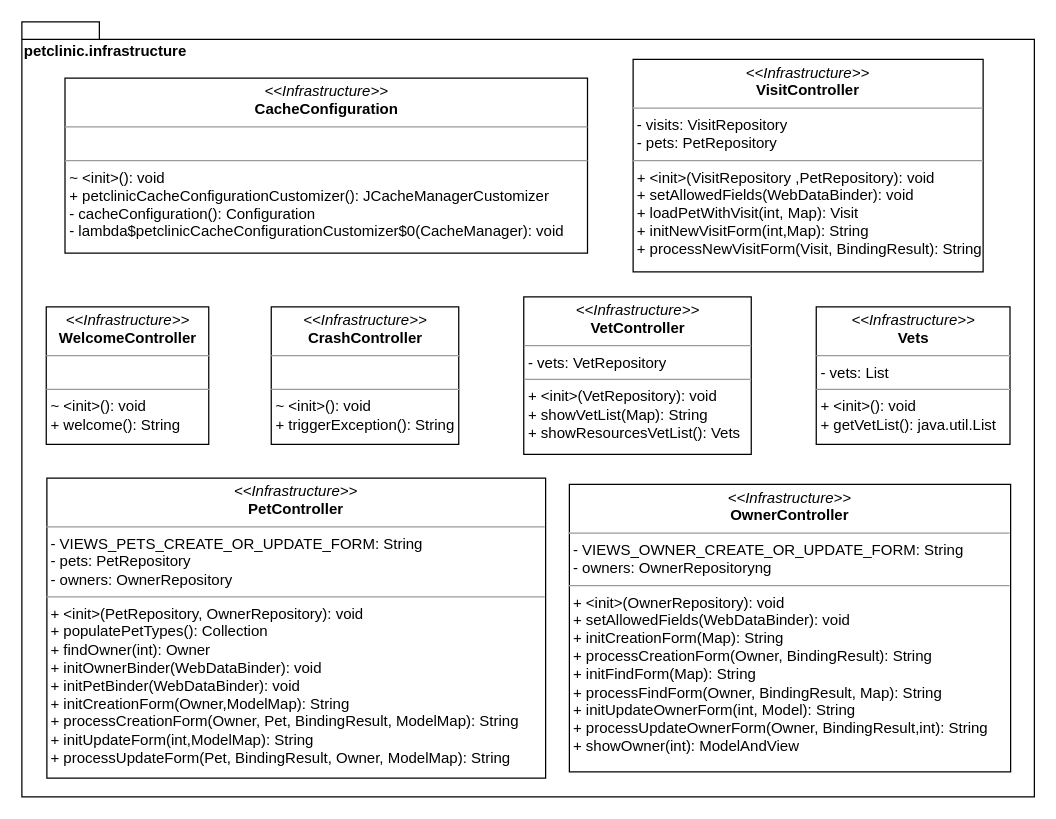
Above: page "new-infrastructure" (4 of 15) of gfx/example/petclinic/raw/uml-petclinic.drawio in DanielKraft/bachelor-thesis (draw.io), before the change. Source tidied: cells renumbered, new cells numbered last; positions are measured from the earlier drawing's top-left corner, leaving out a move shared by most shapes. Both pictures are drawn from the tidied source at 125%, with x=0, y=0 at pixel (21, 21).
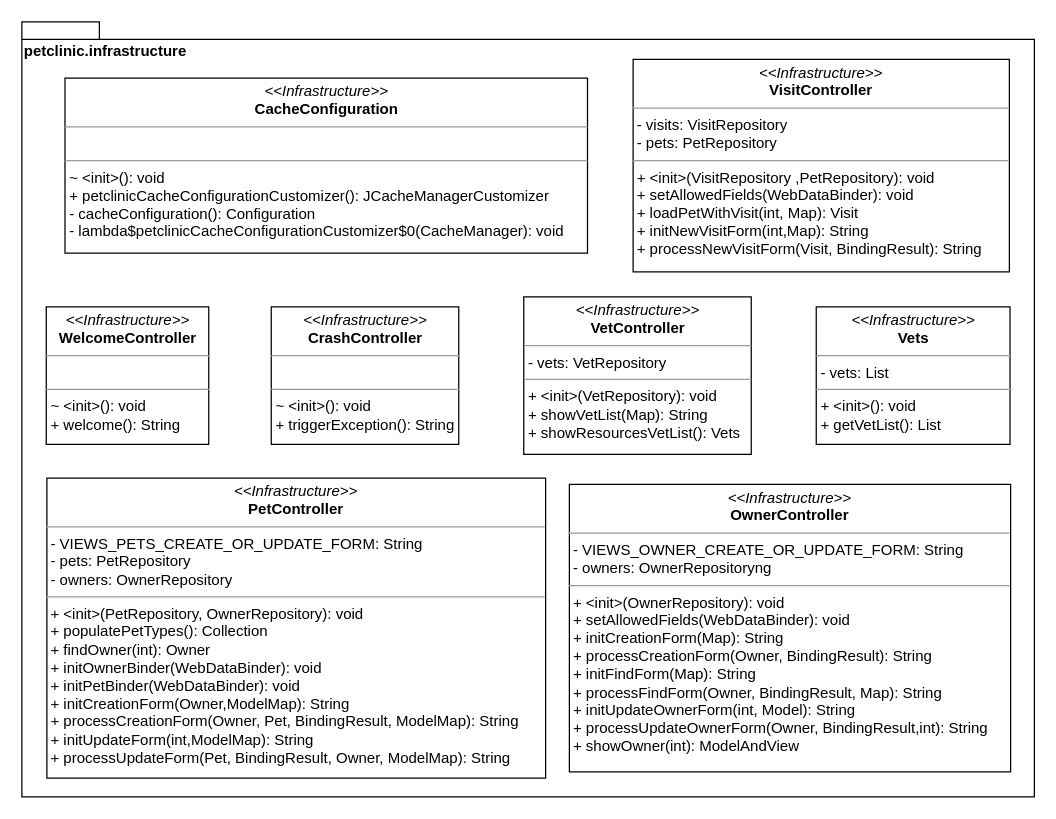
Above is the later version.

Change to the diagram source:
```diff
@@
 <mxGraphModel>
   <root>
     <mxCell id="0" />
     <mxCell id="1" parent="0" />
     <mxCell id="2" value="petclinic.infrastructure" style="shape=folder;fontStyle=1;spacingTop=10;tabWidth=40;tabHeight=14;tabPosition=left;html=1;align=left;horizontal=1;verticalAlign=top;" parent="1" vertex="1">
       <mxGeometry width="810" height="620" as="geometry" />
     </mxCell>
     <mxCell id="3" value="&lt;p style=&quot;margin: 0px ; margin-top: 4px ; text-align: center&quot;&gt;&lt;i&gt;&amp;lt;&amp;lt;Infrastructure&amp;gt;&amp;gt;&lt;/i&gt;&lt;br&gt;&lt;b&gt;CrashController&lt;/b&gt;&lt;/p&gt;&lt;hr size=&quot;1&quot;&gt;&lt;br&gt;&lt;hr size=&quot;1&quot;&gt;&lt;div&gt;&amp;nbsp;~ &amp;lt;init&amp;gt;(): void&lt;/div&gt;&lt;div&gt;&amp;nbsp;+ triggerException(): String&lt;br&gt;&lt;/div&gt;" style="verticalAlign=top;align=left;overflow=fill;fontSize=12;fontFamily=Helvetica;html=1;" parent="1" vertex="1">
       <mxGeometry x="199.5" y="228" width="150" height="110" as="geometry" />
     </mxCell>
     <mxCell id="4" value="&lt;p style=&quot;margin: 0px ; margin-top: 4px ; text-align: center&quot;&gt;&lt;i&gt;&amp;lt;&amp;lt;&lt;/i&gt;&lt;i&gt;&lt;i&gt;Infrastructure&lt;/i&gt;&amp;gt;&amp;gt;&lt;/i&gt;&lt;br&gt;&lt;b&gt;WelcomeController&lt;/b&gt;&lt;/p&gt;&lt;hr size=&quot;1&quot;&gt;&lt;br&gt;&lt;hr size=&quot;1&quot;&gt;&lt;div&gt;&amp;nbsp;~ &amp;lt;init&amp;gt;(): void&lt;/div&gt;&lt;div&gt;&amp;nbsp;+ welcome(): String&lt;/div&gt;" style="verticalAlign=top;align=left;overflow=fill;fontSize=12;fontFamily=Helvetica;html=1;" parent="1" vertex="1">
       <mxGeometry x="19.5" y="228" width="130" height="110" as="geometry" />
     </mxCell>
     <mxCell id="5" value="&lt;p style=&quot;margin: 0px ; margin-top: 4px ; text-align: center&quot;&gt;&lt;i&gt;&amp;lt;&amp;lt;&lt;/i&gt;&lt;i&gt;&lt;i&gt;Infrastructure&lt;/i&gt;&amp;gt;&amp;gt;&lt;/i&gt;&lt;br&gt;&lt;b&gt;CacheConfiguration&lt;/b&gt;&lt;/p&gt;&lt;hr size=&quot;1&quot;&gt;&lt;br&gt;&lt;hr size=&quot;1&quot;&gt;&lt;div&gt;&amp;nbsp;~ &amp;lt;init&amp;gt;(): void&lt;/div&gt;&lt;div&gt;&amp;nbsp;+ petclinicCacheConfigurationCustomizer(): JCacheManagerCustomizer&lt;/div&gt;&lt;div&gt;&amp;nbsp;- cacheConfiguration(): Configuration&lt;/div&gt;&lt;div&gt;&amp;nbsp;- lambda$petclinicCacheConfigurationCustomizer$0(CacheManager): void&lt;/div&gt;" style="verticalAlign=top;align=left;overflow=fill;fontSize=12;fontFamily=Helvetica;html=1;" parent="1" vertex="1">
       <mxGeometry x="34.5" y="45" width="418" height="140" as="geometry" />
     </mxCell>
     <mxCell id="6" value="&lt;p style=&quot;margin: 0px ; margin-top: 4px ; text-align: center&quot;&gt;&lt;i&gt;&amp;lt;&amp;lt;Infrastructure&amp;gt;&amp;gt;&lt;/i&gt;&lt;br&gt;&lt;b&gt;VisitController&lt;/b&gt;&lt;/p&gt;&lt;hr size=&quot;1&quot;&gt;&lt;div&gt;&amp;nbsp;- visits: VisitRepository&lt;/div&gt;&lt;div&gt;&amp;nbsp;- pets: PetRepository&lt;/div&gt;&lt;hr size=&quot;1&quot;&gt;&lt;div&gt;&amp;nbsp;+ &amp;lt;init&amp;gt;(VisitRepository ,PetRepository): void&lt;/div&gt;&lt;div&gt;&amp;nbsp;+ setAllowedFields(WebDataBinder): void&lt;/div&gt;&lt;div&gt;&amp;nbsp;+ loadPetWithVisit(int, Map): Visit&lt;/div&gt;&lt;div&gt;&amp;nbsp;+ initNewVisitForm(int,Map): String&lt;/div&gt;&lt;div&gt;&amp;nbsp;+ processNewVisitForm(Visit, BindingResult): String&lt;/div&gt;" style="verticalAlign=top;align=left;overflow=fill;fontSize=12;fontFamily=Helvetica;html=1;" parent="1" vertex="1">
-      <mxGeometry x="489" y="30" width="280" height="170" as="geometry" />
+      <mxGeometry x="489" y="30" width="301" height="170" as="geometry" />
     </mxCell>
     <mxCell id="7" value="&lt;p style=&quot;margin: 0px ; margin-top: 4px ; text-align: center&quot;&gt;&lt;i&gt;&amp;lt;&amp;lt;Infrastructure&amp;gt;&amp;gt;&lt;/i&gt;&lt;br&gt;&lt;b&gt;OwnerController&lt;/b&gt;&lt;/p&gt;&lt;hr size=&quot;1&quot;&gt;&lt;div&gt;&amp;nbsp;- VIEWS_OWNER_CREATE_OR_UPDATE_FORM: String&lt;/div&gt;&lt;div&gt;&amp;nbsp;- owners: OwnerRepositoryng&lt;/div&gt;&lt;hr size=&quot;1&quot;&gt;&lt;div&gt;&amp;nbsp;+ &amp;lt;init&amp;gt;(OwnerRepository): void&lt;/div&gt;&lt;div&gt;&amp;nbsp;+ setAllowedFields(WebDataBinder): void&lt;/div&gt;&lt;div&gt;&amp;nbsp;+ initCreationForm(Map): String&lt;/div&gt;&lt;div&gt;&amp;nbsp;+ processCreationForm(Owner, BindingResult): String&lt;/div&gt;&lt;div&gt;&amp;nbsp;+ initFindForm(Map): String&lt;/div&gt;&lt;div&gt;&amp;nbsp;+ processFindForm(Owner, BindingResult, Map): String&lt;/div&gt;&lt;div&gt;&amp;nbsp;+ initUpdateOwnerForm(int, Model): String&lt;/div&gt;&lt;div&gt;&amp;nbsp;+ processUpdateOwnerForm(Owner, BindingResult,int): String&lt;/div&gt;&lt;div&gt;&amp;nbsp;+ showOwner(int): ModelAndView&lt;/div&gt;" style="verticalAlign=top;align=left;overflow=fill;fontSize=12;fontFamily=Helvetica;html=1;" parent="1" vertex="1">
       <mxGeometry x="438" y="370" width="353" height="230" as="geometry" />
     </mxCell>
     <mxCell id="8" value="&lt;p style=&quot;margin: 0px ; margin-top: 4px ; text-align: center&quot;&gt;&lt;i&gt;&amp;lt;&amp;lt;Infrastructure&amp;gt;&amp;gt;&lt;/i&gt;&lt;br&gt;&lt;b&gt;PetController&lt;/b&gt;&lt;/p&gt;&lt;hr size=&quot;1&quot;&gt;&lt;div&gt;&amp;nbsp;- VIEWS_PETS_CREATE_OR_UPDATE_FORM: String&lt;/div&gt;&lt;div&gt;&amp;nbsp;- pets: PetRepository&lt;/div&gt;&lt;div&gt;&amp;nbsp;- owners: OwnerRepository&lt;/div&gt;&lt;hr size=&quot;1&quot;&gt;&lt;div&gt;&amp;nbsp;+ &amp;lt;init&amp;gt;(PetRepository, OwnerRepository): void&lt;/div&gt;&lt;div&gt;&amp;nbsp;+ populatePetTypes(): Collection&lt;/div&gt;&lt;div&gt;&amp;nbsp;+ findOwner(int): Owner&lt;/div&gt;&lt;div&gt;&amp;nbsp;+ initOwnerBinder(WebDataBinder): void&lt;/div&gt;&lt;div&gt;&amp;nbsp;+ initPetBinder(WebDataBinder): void&lt;/div&gt;&lt;div&gt;&amp;nbsp;+ initCreationForm(Owner,ModelMap): String&lt;/div&gt;&lt;div&gt;&amp;nbsp;+ processCreationForm(Owner, Pet, BindingResult, ModelMap): String&lt;/div&gt;&lt;div&gt;&amp;nbsp;+ initUpdateForm(int,ModelMap): String&lt;/div&gt;&lt;div&gt;&amp;nbsp;+ processUpdateForm(Pet, BindingResult, Owner, ModelMap): String&lt;/div&gt;" style="verticalAlign=top;align=left;overflow=fill;fontSize=12;fontFamily=Helvetica;html=1;" parent="1" vertex="1">
       <mxGeometry x="20" y="365" width="399" height="240" as="geometry" />
     </mxCell>
     <mxCell id="9" value="&lt;p style=&quot;margin: 0px ; margin-top: 4px ; text-align: center&quot;&gt;&lt;i&gt;&amp;lt;&amp;lt;Infrastructure&amp;gt;&amp;gt;&lt;/i&gt;&lt;br&gt;&lt;b&gt;VetController&lt;/b&gt;&lt;/p&gt;&lt;hr size=&quot;1&quot;&gt;&lt;div&gt;&amp;nbsp;- vets: VetRepository&lt;/div&gt;&lt;hr size=&quot;1&quot;&gt;&lt;div&gt;&amp;nbsp;+ &amp;lt;init&amp;gt;(VetRepository): void&lt;/div&gt;&lt;div&gt;&amp;nbsp;+ showVetList(Map): String&lt;/div&gt;&lt;div&gt;&amp;nbsp;+ showResourcesVetList(): Vets&lt;/div&gt;" style="verticalAlign=top;align=left;overflow=fill;fontSize=12;fontFamily=Helvetica;html=1;" parent="1" vertex="1">
       <mxGeometry x="401.5" y="220" width="182" height="126" as="geometry" />
     </mxCell>
-    <mxCell id="10" value="&lt;p style=&quot;margin: 0px ; margin-top: 4px ; text-align: center&quot;&gt;&lt;i&gt;&amp;lt;&amp;lt;&lt;/i&gt;&lt;i&gt;&lt;i&gt;Infrastructure&lt;/i&gt;&amp;gt;&amp;gt;&lt;/i&gt;&lt;br&gt;&lt;b&gt;Vets&lt;/b&gt;&lt;/p&gt;&lt;hr size=&quot;1&quot;&gt;&lt;div&gt;&amp;nbsp;- vets: List&lt;/div&gt;&lt;hr size=&quot;1&quot;&gt;&lt;div&gt;&amp;nbsp;+ &amp;lt;init&amp;gt;(): void&lt;/div&gt;&lt;div&gt;&amp;nbsp;+ getVetList(): java.util.List&lt;/div&gt;" style="verticalAlign=top;align=left;overflow=fill;fontSize=12;fontFamily=Helvetica;html=1;" parent="1" vertex="1">
+    <mxCell id="10" value="&lt;p style=&quot;margin: 0px ; margin-top: 4px ; text-align: center&quot;&gt;&lt;i&gt;&amp;lt;&amp;lt;&lt;/i&gt;&lt;i&gt;&lt;i&gt;Infrastructure&lt;/i&gt;&amp;gt;&amp;gt;&lt;/i&gt;&lt;br&gt;&lt;b&gt;Vets&lt;/b&gt;&lt;/p&gt;&lt;hr size=&quot;1&quot;&gt;&lt;div&gt;&amp;nbsp;- vets: List&lt;/div&gt;&lt;hr size=&quot;1&quot;&gt;&lt;div&gt;&amp;nbsp;+ &amp;lt;init&amp;gt;(): void&lt;/div&gt;&lt;div&gt;&amp;nbsp;+ getVetList(): List&lt;/div&gt;" style="verticalAlign=top;align=left;overflow=fill;fontSize=12;fontFamily=Helvetica;html=1;" parent="1" vertex="1">
       <mxGeometry x="635.5" y="228" width="155" height="110" as="geometry" />
     </mxCell>
   </root>
 </mxGraphModel>
```
